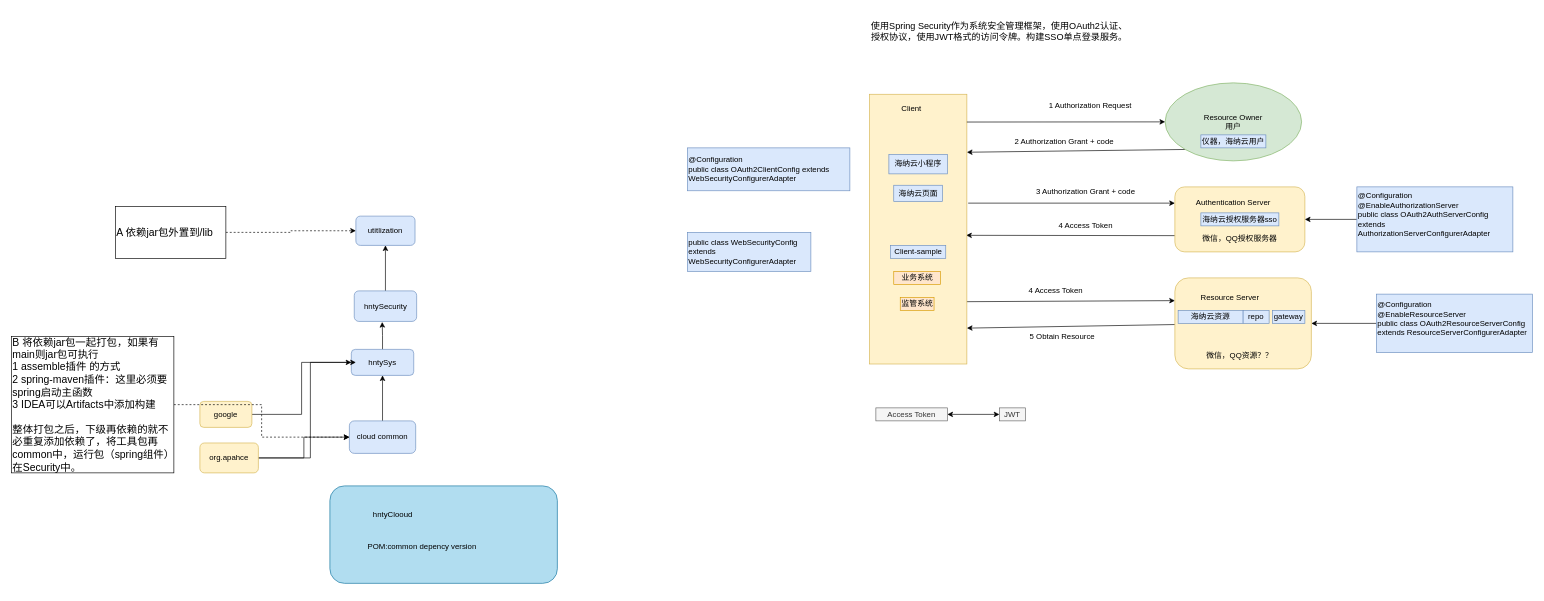
Above: sso-security.drawio in lzdong0714/note (draw.io), before the change. Source tidied: cells renumbered, new cells numbered last; positions are measured from the earlier drawing's top-left corner, leaving out a move shared by most shapes. Both pictures are drawn from the tidied source at 65%, with x=0, y=0 at pixel (11, 11).
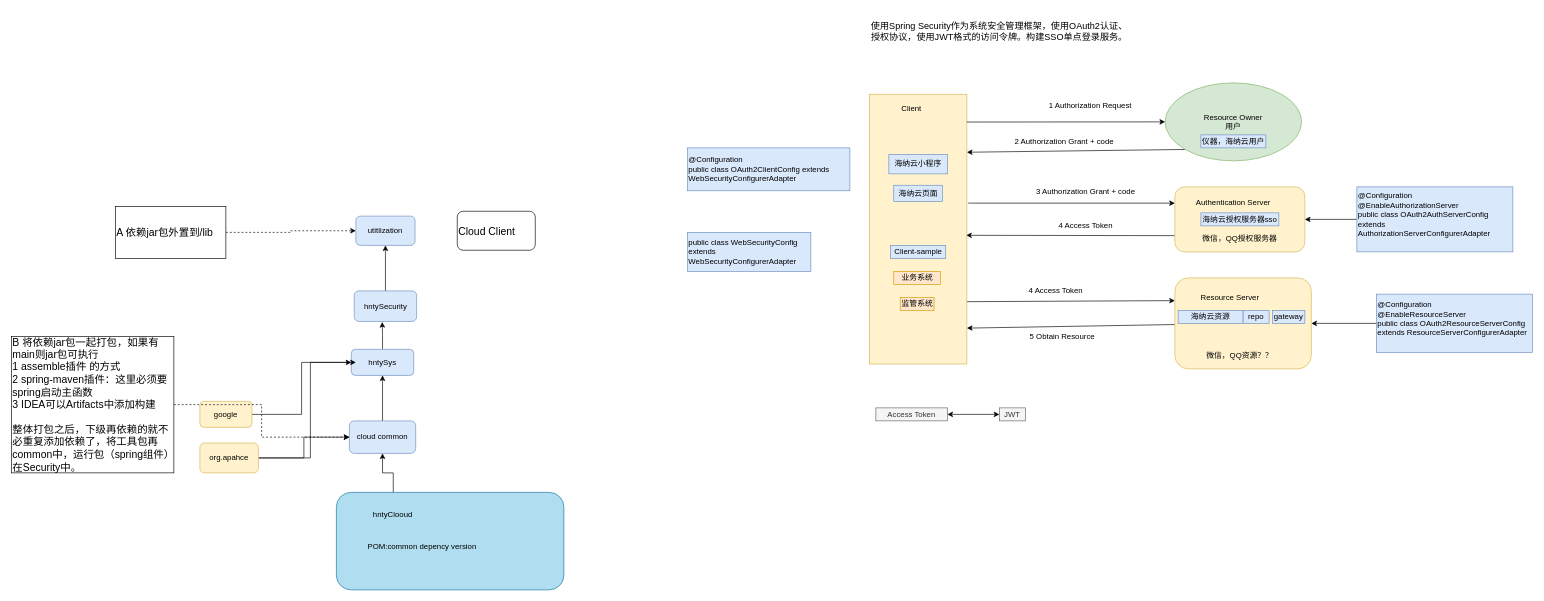
After the change.

Unchanged cells that the change refers to:
```xml
<mxCell id="52" value="cloud common" style="rounded=1;whiteSpace=wrap;html=1;fillColor=#dae8fc;strokeColor=#6c8ebf;" parent="1" vertex="1">
  <mxGeometry x="520" y="630" width="102" height="50" as="geometry" />
</mxCell>
```

Change to the diagram source:
```diff
@@
+    <mxCell id="63" style="edgeStyle=orthogonalEdgeStyle;rounded=0;jettySize=auto;html=1;exitX=0.25;exitY=0;exitDx=0;exitDy=0;entryX=0.5;entryY=1;entryDx=0;entryDy=0;fontSize=16;" parent="1" edge="1" source="44" target="52">
+      <mxGeometry relative="1" as="geometry" />
+    </mxCell>
     <mxCell id="44" style="rounded=1;whiteSpace=wrap;html=1;fillColor=#b1ddf0;strokeColor=#10739e;" parent="1" vertex="1">
-      <mxGeometry x="490" y="730" width="350" height="150" as="geometry" />
+      <mxGeometry x="500" y="740" width="350" height="150" as="geometry" />
     </mxCell>
@@
+    <mxCell id="64" value="Cloud Client" style="rounded=1;whiteSpace=wrap;html=1;fontSize=16;align=left;" parent="1" vertex="1">
+      <mxGeometry x="686" y="307.5" width="120" height="60" as="geometry" />
+    </mxCell>
```
